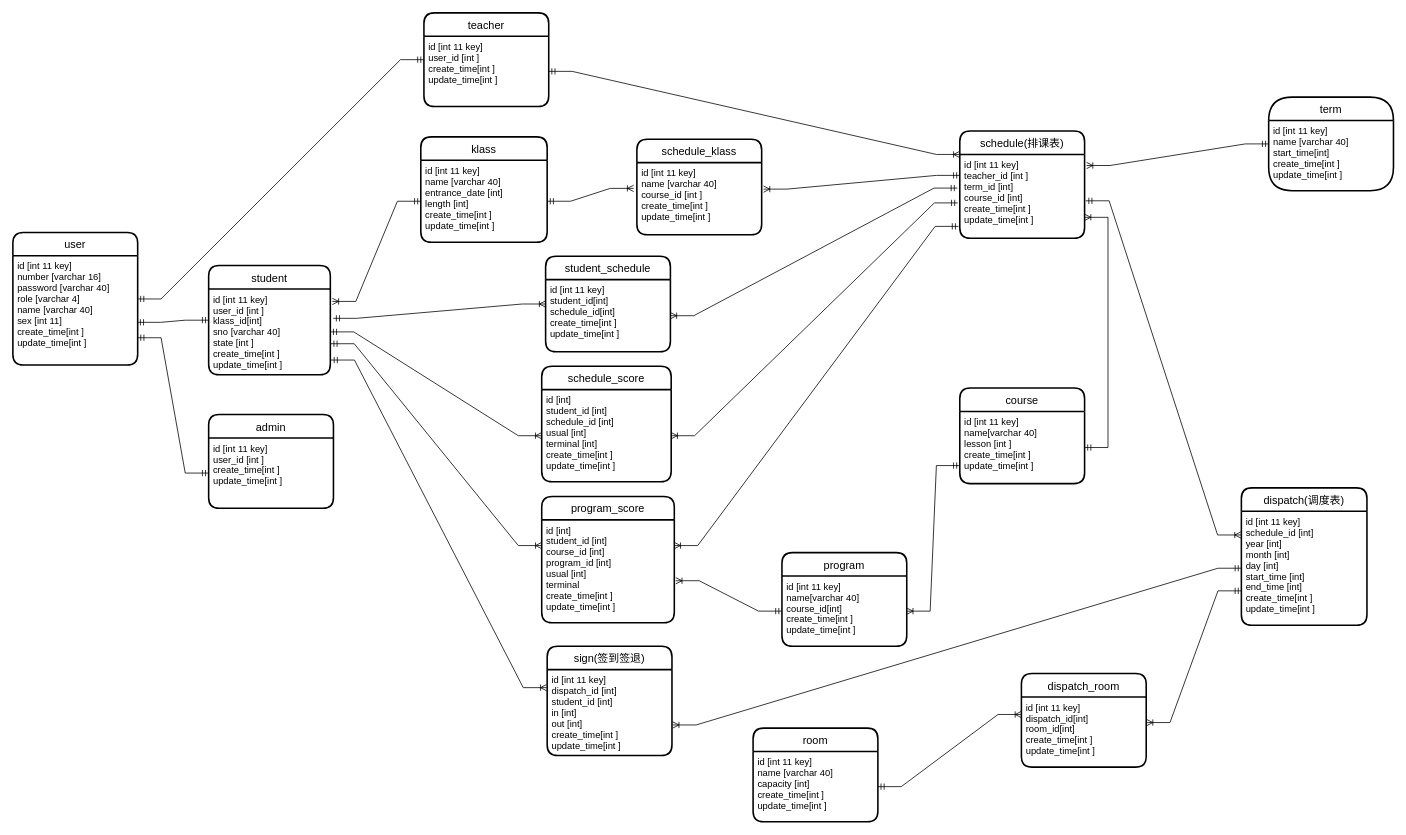
mengyunzhi/sign-in-through-code-scanning keeps this draw.io diagram as document/ER.drawio. Above is the earlier version. Source tidied: cells renumbered, new cells numbered last; positions are measured from the earlier drawing's top-left corner, leaving out a move shared by most shapes. Both pictures are drawn from the tidied source at 78%, with x=0, y=0 at pixel (12, 12).
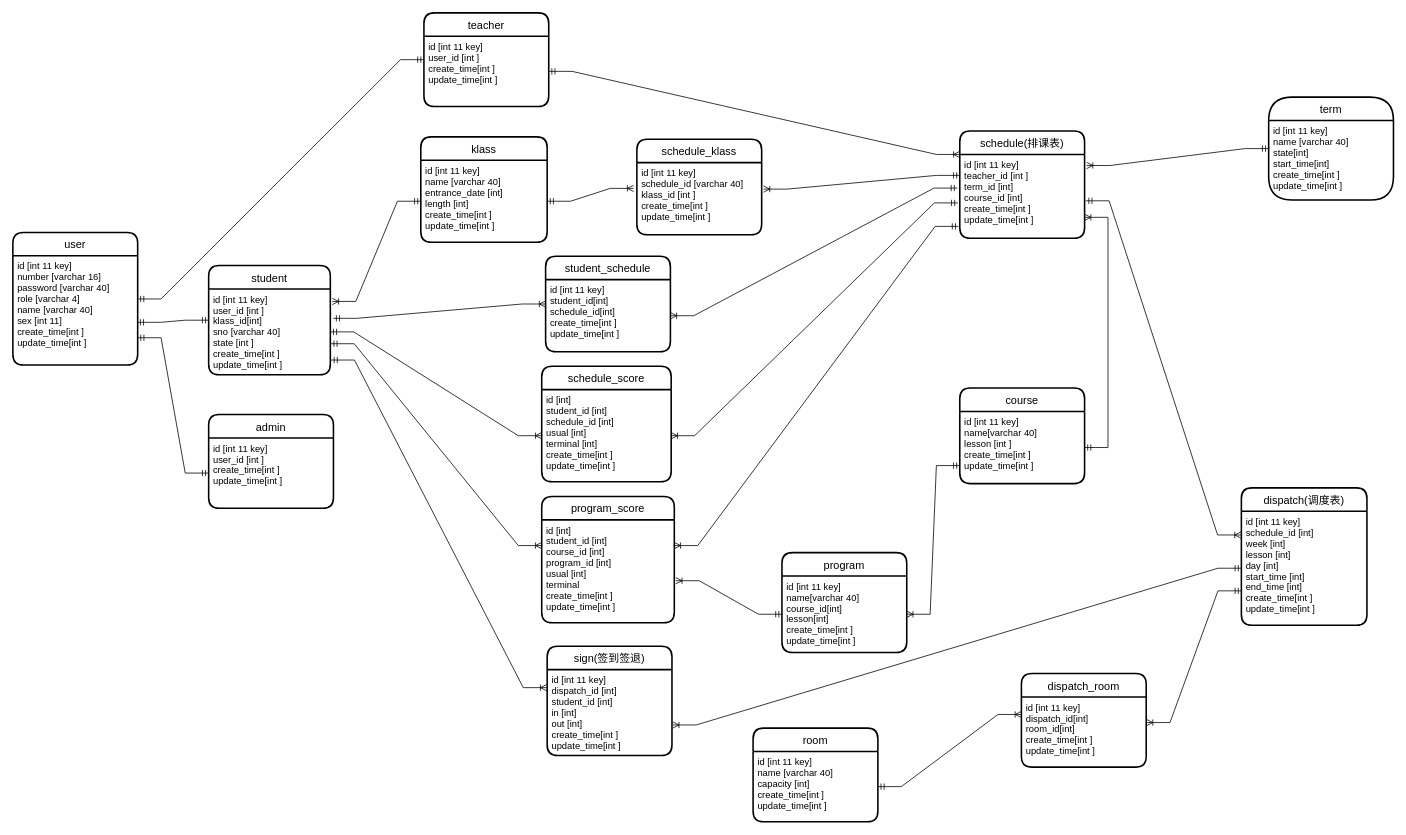
The same page after the edit.

Commit message (it also covers changes not shown here):
sql文件及ER图的修改

The change refers to these unchanged cells:
```xml
<mxCell id="20" value="dispatch(调度表)" style="swimlane;horizontal=1;startSize=30;rounded=1;fontSize=14;fontStyle=0;strokeWidth=2;shadow=0;dashed=0;align=center;" parent="1" vertex="1">
  <mxGeometry x="1575" y="609" width="161" height="176" as="geometry" />
</mxCell>
<mxCell id="54" value="schedule_klass" style="swimlane;horizontal=1;startSize=30;rounded=1;fontSize=14;fontStyle=0;strokeWidth=2;shadow=0;dashed=0;align=center;" parent="1" vertex="1">
  <mxGeometry x="800" y="162" width="160" height="122.5" as="geometry" />
</mxCell>
```

Change to the diagram source:
```diff
@@
     <mxCell id="14" value="term" style="swimlane;horizontal=1;startSize=30;rounded=1;fontSize=14;fontStyle=0;strokeWidth=2;shadow=0;dashed=0;align=center;arcSize=50;" parent="1" vertex="1">
-      <mxGeometry x="1610" y="108" width="160" height="120" as="geometry" />
+      <mxGeometry x="1610" y="108" width="160" height="132" as="geometry" />
     </mxCell>
-    <mxCell id="15" value="id [int 11 key]&#10;name [varchar 40]&#10;start_time[int]&#10;create_time[int ]&#10;update_time[int ]&#10;&#10;&#10;" style="align=left;strokeColor=none;fillColor=none;spacingLeft=4;fontSize=12;verticalAlign=top;" parent="14" vertex="1">
-      <mxGeometry y="30" width="160" height="90" as="geometry" />
+    <mxCell id="15" value="id [int 11 key]&#10;name [varchar 40]&#10;state[int]&#10;start_time[int]&#10;create_time[int ]&#10;update_time[int ]&#10;&#10;&#10;" style="align=left;strokeColor=none;fillColor=none;spacingLeft=4;fontSize=12;verticalAlign=top;" parent="14" vertex="1">
+      <mxGeometry y="30" width="160" height="102" as="geometry" />
     </mxCell>
@@
-    <mxCell id="21" value="id [int 11 key]&#10;schedule_id [int]&#10;year [int]&#10;month [int]&#10;day [int]&#10;start_time [int]&#10;end_time [int]&#10;create_time[int ]&#10;update_time[int ]" style="align=left;strokeColor=none;fillColor=none;spacingLeft=4;fontSize=12;verticalAlign=top;" parent="20" vertex="1">
+    <mxCell id="21" value="id [int 11 key]&#10;schedule_id [int]&#10;week [int]&#10;lesson [int]&#10;day [int]&#10;start_time [int]&#10;end_time [int]&#10;create_time[int ]&#10;update_time[int ]" style="align=left;strokeColor=none;fillColor=none;spacingLeft=4;fontSize=12;verticalAlign=top;" parent="20" vertex="1">
       <mxGeometry y="30" width="161" height="146" as="geometry" />
     </mxCell>
@@
     <mxCell id="25" value="program" style="swimlane;horizontal=1;startSize=30;rounded=1;fontSize=14;fontStyle=0;strokeWidth=2;shadow=0;dashed=0;align=center;" parent="1" vertex="1">
-      <mxGeometry x="986" y="692" width="160" height="120" as="geometry" />
+      <mxGeometry x="986" y="692" width="160" height="128" as="geometry" />
     </mxCell>
-    <mxCell id="26" value="id [int 11 key]&#10;name[varchar 40]&#10;course_id[int]&#10;create_time[int ]&#10;update_time[int ]&#10;&#10;&#10;" style="align=left;strokeColor=none;fillColor=none;spacingLeft=4;fontSize=12;verticalAlign=top;" parent="25" vertex="1">
-      <mxGeometry y="30" width="160" height="90" as="geometry" />
+    <mxCell id="26" value="id [int 11 key]&#10;name[varchar 40]&#10;course_id[int]&#10;lesson[int]&#10;create_time[int ]&#10;update_time[int ]&#10;&#10;&#10;" style="align=left;strokeColor=none;fillColor=none;spacingLeft=4;fontSize=12;verticalAlign=top;" parent="25" vertex="1">
+      <mxGeometry y="30" width="160" height="98" as="geometry" />
     </mxCell>
@@
-    <mxCell id="55" value="id [int 11 key]&#10;name [varchar 40]&#10;course_id [int ]&#10;create_time[int ]&#10;update_time[int ]&#10;&#10;&#10;" style="align=left;strokeColor=none;fillColor=none;spacingLeft=4;fontSize=12;verticalAlign=top;" parent="54" vertex="1">
+    <mxCell id="55" value="id [int 11 key]&#10;schedule_id [varchar 40]&#10;klass_id [int ]&#10;create_time[int ]&#10;update_time[int ]&#10;&#10;&#10;" style="align=left;strokeColor=none;fillColor=none;spacingLeft=4;fontSize=12;verticalAlign=top;" parent="54" vertex="1">
       <mxGeometry y="30" width="160" height="92.5" as="geometry" />
     </mxCell>
```
